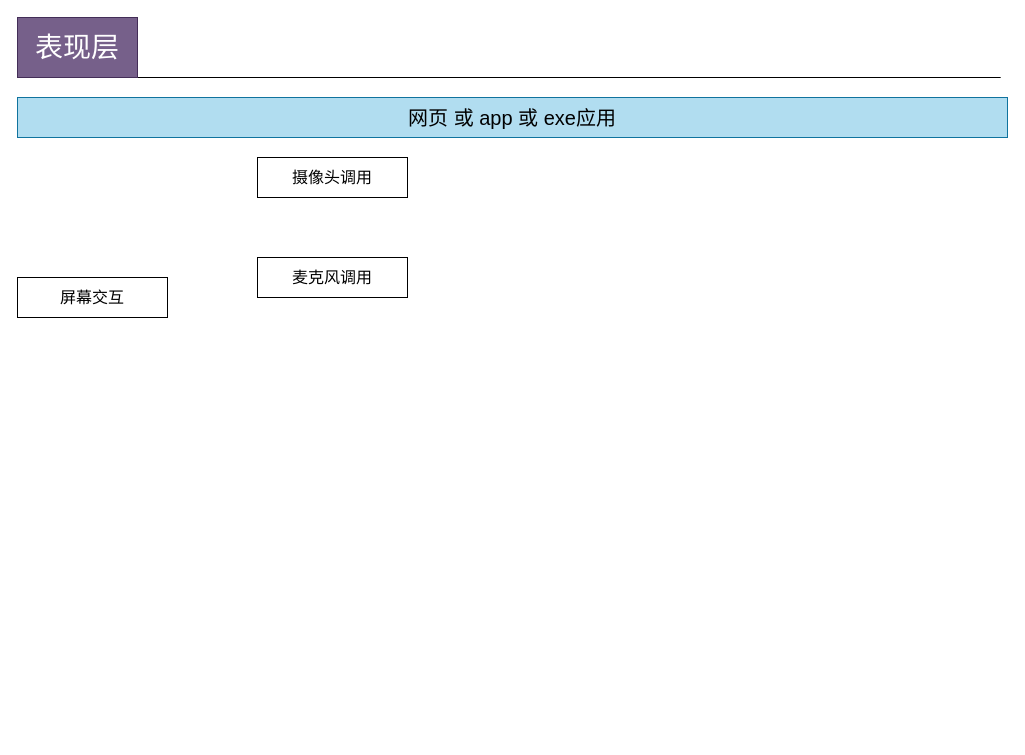
This is 未命名绘图.drawio from robertshuai/draw.io, a draw.io file, before an edit. Source tidied: cells renumbered, new cells numbered last; positions are measured from the earlier drawing's top-left corner, leaving out a move shared by most shapes. Both pictures are drawn from the tidied source at 100%, with x=0, y=0 at pixel (17, 17).
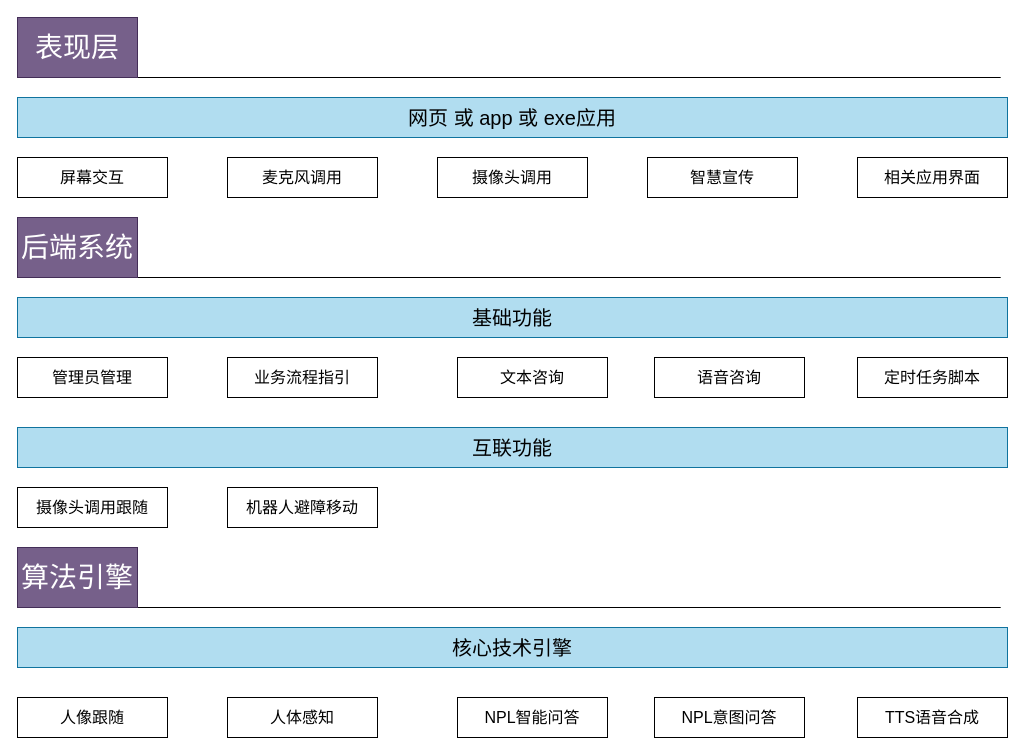
Above is the later version.

Commit message:
机器人总架构.drawio

Diff of the diagram source:
```diff
@@
     <mxCell id="5" value="&lt;font style=&quot;font-size: 16px;&quot;&gt;屏幕交互&lt;/font&gt;" style="rounded=0;whiteSpace=wrap;html=1;" parent="1" vertex="1">
-      <mxGeometry y="260" width="150" height="40" as="geometry" />
+      <mxGeometry y="140" width="150" height="40" as="geometry" />
     </mxCell>
     <mxCell id="6" value="&lt;font style=&quot;font-size: 16px;&quot;&gt;摄像头调用&lt;/font&gt;" style="rounded=0;whiteSpace=wrap;html=1;" parent="1" vertex="1">
-      <mxGeometry x="240" y="140" width="150" height="40" as="geometry" />
+      <mxGeometry x="420" y="140" width="150" height="40" as="geometry" />
     </mxCell>
     <mxCell id="7" value="&lt;font style=&quot;font-size: 16px;&quot;&gt;麦克风调用&lt;/font&gt;" style="rounded=0;whiteSpace=wrap;html=1;" parent="1" vertex="1">
-      <mxGeometry x="240" y="240" width="150" height="40" as="geometry" />
+      <mxGeometry x="210" y="140" width="150" height="40" as="geometry" />
     </mxCell>
+    <mxCell id="8" value="&lt;span style=&quot;font-size: 16px;&quot;&gt;智慧宣传&lt;/span&gt;" style="rounded=0;whiteSpace=wrap;html=1;" parent="1" vertex="1">
+      <mxGeometry x="630" y="140" width="150" height="40" as="geometry" />
+    </mxCell>
+    <mxCell id="9" value="&lt;span style=&quot;font-size: 16px;&quot;&gt;相关应用界面&lt;/span&gt;" style="rounded=0;whiteSpace=wrap;html=1;" parent="1" vertex="1">
+      <mxGeometry x="840" y="140" width="150" height="40" as="geometry" />
+    </mxCell>
+    <mxCell id="10" style="endArrow=none;html=1;rounded=0;exitX=1;exitY=0.75;exitDx=0;exitDy=0;" parent="1" edge="1">
+      <mxGeometry relative="1" as="geometry">
+        <mxPoint x="120" y="260" as="sourcePoint" />
+        <mxPoint x="983.2" y="260" as="targetPoint" />
+      </mxGeometry>
+    </mxCell>
+    <mxCell id="11" value="&lt;font style=&quot;font-size: 28px;&quot;&gt;后端系统&lt;/font&gt;" style="rounded=0;whiteSpace=wrap;html=1;fillColor=#76608a;fontColor=#ffffff;strokeColor=#432D57;" parent="1" vertex="1">
+      <mxGeometry y="200" width="120" height="60" as="geometry" />
+    </mxCell>
+    <mxCell id="12" value="&lt;font style=&quot;font-size: 20px;&quot;&gt;基础功能&lt;/font&gt;" style="rounded=0;whiteSpace=wrap;html=1;fillColor=#b1ddf0;strokeColor=#10739e;" parent="1" vertex="1">
+      <mxGeometry y="280" width="990" height="40" as="geometry" />
+    </mxCell>
+    <mxCell id="13" value="&lt;font style=&quot;font-size: 16px;&quot;&gt;管理员管理&lt;/font&gt;" style="rounded=0;whiteSpace=wrap;html=1;" parent="1" vertex="1">
+      <mxGeometry y="340" width="150" height="40" as="geometry" />
+    </mxCell>
+    <mxCell id="14" value="&lt;font style=&quot;font-size: 16px;&quot;&gt;业务流程指引&lt;/font&gt;" style="rounded=0;whiteSpace=wrap;html=1;" parent="1" vertex="1">
+      <mxGeometry x="210" y="340" width="150" height="40" as="geometry" />
+    </mxCell>
+    <mxCell id="15" value="&lt;font style=&quot;font-size: 16px;&quot;&gt;文本咨询&lt;/font&gt;" style="rounded=0;whiteSpace=wrap;html=1;" parent="1" vertex="1">
+      <mxGeometry x="440" y="340" width="150" height="40" as="geometry" />
+    </mxCell>
+    <mxCell id="16" value="&lt;font style=&quot;font-size: 16px;&quot;&gt;定时任务脚本&lt;/font&gt;" style="rounded=0;whiteSpace=wrap;html=1;" parent="1" vertex="1">
+      <mxGeometry x="840" y="340" width="150" height="40" as="geometry" />
+    </mxCell>
+    <mxCell id="17" value="&lt;font style=&quot;font-size: 20px;&quot;&gt;互联功能&lt;/font&gt;" style="rounded=0;whiteSpace=wrap;html=1;fillColor=#b1ddf0;strokeColor=#10739e;" parent="1" vertex="1">
+      <mxGeometry y="410" width="990" height="40" as="geometry" />
+    </mxCell>
+    <mxCell id="18" value="&lt;font style=&quot;font-size: 16px;&quot;&gt;语音咨询&lt;/font&gt;" style="rounded=0;whiteSpace=wrap;html=1;" parent="1" vertex="1">
+      <mxGeometry x="637" y="340" width="150" height="40" as="geometry" />
+    </mxCell>
+    <mxCell id="19" value="&lt;span style=&quot;font-size: 16px;&quot;&gt;摄像头调用跟随&lt;/span&gt;" style="rounded=0;whiteSpace=wrap;html=1;" parent="1" vertex="1">
+      <mxGeometry y="470" width="150" height="40" as="geometry" />
+    </mxCell>
+    <mxCell id="20" value="&lt;span style=&quot;font-size: 16px;&quot;&gt;机器人避障移动&lt;/span&gt;" style="rounded=0;whiteSpace=wrap;html=1;" parent="1" vertex="1">
+      <mxGeometry x="210" y="470" width="150" height="40" as="geometry" />
+    </mxCell>
+    <mxCell id="21" style="endArrow=none;html=1;rounded=0;exitX=1;exitY=0.75;exitDx=0;exitDy=0;" parent="1" edge="1">
+      <mxGeometry relative="1" as="geometry">
+        <mxPoint x="120" y="590" as="sourcePoint" />
+        <mxPoint x="983.2" y="590" as="targetPoint" />
+      </mxGeometry>
+    </mxCell>
+    <mxCell id="22" value="&lt;font style=&quot;font-size: 20px;&quot;&gt;核心技术引擎&lt;/font&gt;" style="rounded=0;whiteSpace=wrap;html=1;fillColor=#b1ddf0;strokeColor=#10739e;" parent="1" vertex="1">
+      <mxGeometry y="610" width="990" height="40" as="geometry" />
+    </mxCell>
+    <mxCell id="23" value="&lt;font style=&quot;font-size: 28px;&quot;&gt;算法引擎&lt;/font&gt;" style="rounded=0;whiteSpace=wrap;html=1;fillColor=#76608a;fontColor=#ffffff;strokeColor=#432D57;" parent="1" vertex="1">
+      <mxGeometry y="530" width="120" height="60" as="geometry" />
+    </mxCell>
+    <mxCell id="24" value="&lt;span style=&quot;font-size: 16px;&quot;&gt;人像跟随&lt;/span&gt;" style="rounded=0;whiteSpace=wrap;html=1;" parent="1" vertex="1">
+      <mxGeometry y="680" width="150" height="40" as="geometry" />
+    </mxCell>
+    <mxCell id="25" value="&lt;span style=&quot;font-size: 16px;&quot;&gt;人体感知&lt;/span&gt;" style="rounded=0;whiteSpace=wrap;html=1;" parent="1" vertex="1">
+      <mxGeometry x="210" y="680" width="150" height="40" as="geometry" />
+    </mxCell>
+    <mxCell id="26" value="&lt;span style=&quot;font-size: 16px;&quot;&gt;NPL智能问答&lt;/span&gt;" style="rounded=0;whiteSpace=wrap;html=1;" parent="1" vertex="1">
+      <mxGeometry x="440" y="680" width="150" height="40" as="geometry" />
+    </mxCell>
+    <mxCell id="27" value="&lt;span style=&quot;font-size: 16px;&quot;&gt;NPL意图问答&lt;/span&gt;" style="rounded=0;whiteSpace=wrap;html=1;" parent="1" vertex="1">
+      <mxGeometry x="637" y="680" width="150" height="40" as="geometry" />
+    </mxCell>
+    <mxCell id="28" value="&lt;span style=&quot;font-size: 16px;&quot;&gt;TTS语音合成&lt;/span&gt;" style="rounded=0;whiteSpace=wrap;html=1;" parent="1" vertex="1">
+      <mxGeometry x="840" y="680" width="150" height="40" as="geometry" />
+    </mxCell>
```
